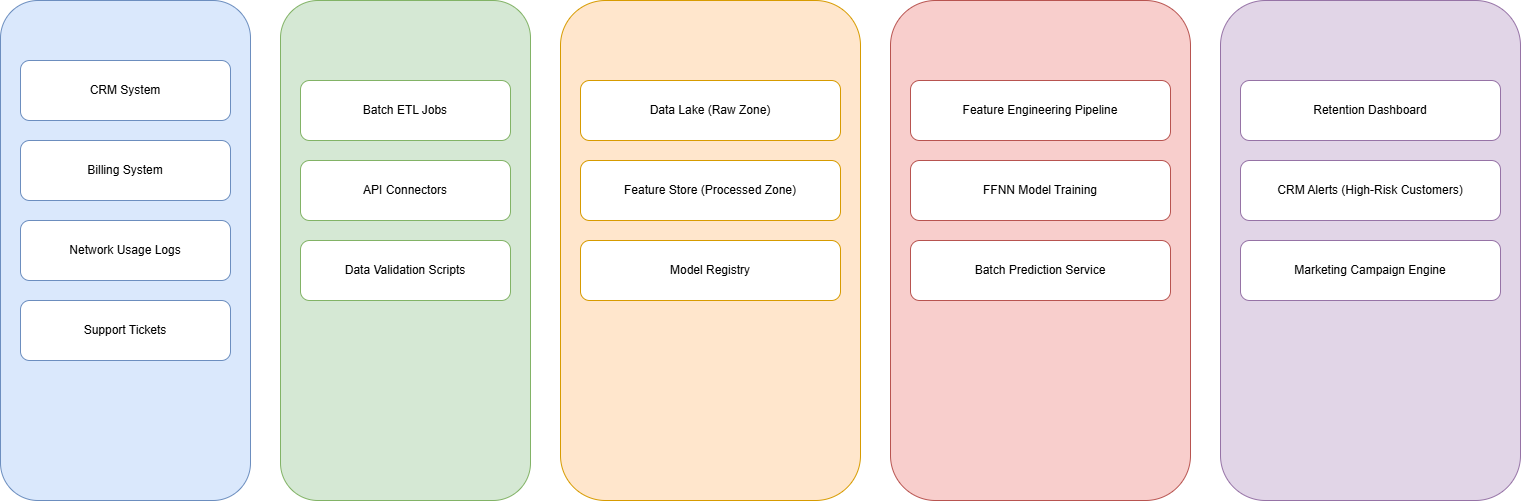
Earlier version of the draw.io export diagrams/solution_architecture.png (sumathisrinivasan11-cloud/part-4-ai-solution-design). Source tidied: cells renumbered, new cells last; positions are measured from the earlier drawing's top-left corner, leaving out a move shared by most shapes. Source of this version:
```xml
<mxGraphModel>
  <root>
    <mxCell id="0" />
    <mxCell id="1" parent="0" />
    <mxCell id="2" value="Data Sources" style="rounded=1;whiteSpace=wrap;fillColor=#dae8fc;strokeColor=#6c8ebf;fontSize=16;fontStyle=1;" parent="1" vertex="1">
      <mxGeometry width="250" height="500" as="geometry" />
    </mxCell>
    <mxCell id="3" value="CRM System" style="rounded=1;whiteSpace=wrap;fillColor=#ffffff;strokeColor=#6c8ebf;" parent="1" vertex="1">
      <mxGeometry x="20" y="60" width="210" height="60" as="geometry" />
    </mxCell>
    <mxCell id="4" value="Billing System" style="rounded=1;whiteSpace=wrap;fillColor=#ffffff;strokeColor=#6c8ebf;" parent="1" vertex="1">
      <mxGeometry x="20" y="140" width="210" height="60" as="geometry" />
    </mxCell>
    <mxCell id="5" value="Network Usage Logs" style="rounded=1;whiteSpace=wrap;fillColor=#ffffff;strokeColor=#6c8ebf;" parent="1" vertex="1">
      <mxGeometry x="20" y="220" width="210" height="60" as="geometry" />
    </mxCell>
    <mxCell id="6" value="Support Tickets" style="rounded=1;whiteSpace=wrap;fillColor=#ffffff;strokeColor=#6c8ebf;" parent="1" vertex="1">
      <mxGeometry x="20" y="300" width="210" height="60" as="geometry" />
    </mxCell>
    <mxCell id="7" value="Ingestion Layer" style="rounded=1;whiteSpace=wrap;fillColor=#d5e8d4;strokeColor=#82b366;fontSize=16;fontStyle=1;" parent="1" vertex="1">
      <mxGeometry x="280" width="250" height="500" as="geometry" />
    </mxCell>
    <mxCell id="8" value="Batch ETL Jobs" style="rounded=1;whiteSpace=wrap;fillColor=#ffffff;strokeColor=#82b366;" parent="1" vertex="1">
      <mxGeometry x="300" y="80" width="210" height="60" as="geometry" />
    </mxCell>
    <mxCell id="9" value="API Connectors" style="rounded=1;whiteSpace=wrap;fillColor=#ffffff;strokeColor=#82b366;" parent="1" vertex="1">
      <mxGeometry x="300" y="160" width="210" height="60" as="geometry" />
    </mxCell>
    <mxCell id="10" value="Data Validation Scripts" style="rounded=1;whiteSpace=wrap;fillColor=#ffffff;strokeColor=#82b366;" parent="1" vertex="1">
      <mxGeometry x="300" y="240" width="210" height="60" as="geometry" />
    </mxCell>
    <mxCell id="11" value="Storage Layer" style="rounded=1;whiteSpace=wrap;fillColor=#ffe6cc;strokeColor=#d79b00;fontSize=16;fontStyle=1;" parent="1" vertex="1">
      <mxGeometry x="560" width="300" height="500" as="geometry" />
    </mxCell>
    <mxCell id="12" value="Data Lake (Raw Zone)" style="rounded=1;whiteSpace=wrap;fillColor=#ffffff;strokeColor=#d79b00;" parent="1" vertex="1">
      <mxGeometry x="580" y="80" width="260" height="60" as="geometry" />
    </mxCell>
    <mxCell id="13" value="Feature Store (Processed Zone)" style="rounded=1;whiteSpace=wrap;fillColor=#ffffff;strokeColor=#d79b00;" parent="1" vertex="1">
      <mxGeometry x="580" y="160" width="260" height="60" as="geometry" />
    </mxCell>
    <mxCell id="14" value="Model Registry" style="rounded=1;whiteSpace=wrap;fillColor=#ffffff;strokeColor=#d79b00;" parent="1" vertex="1">
      <mxGeometry x="580" y="240" width="260" height="60" as="geometry" />
    </mxCell>
    <mxCell id="15" value="AI / Processing Layer" style="rounded=1;whiteSpace=wrap;fillColor=#f8cecc;strokeColor=#b85450;fontSize=16;fontStyle=1;" parent="1" vertex="1">
      <mxGeometry x="890" width="300" height="500" as="geometry" />
    </mxCell>
    <mxCell id="16" value="Feature Engineering Pipeline" style="rounded=1;whiteSpace=wrap;fillColor=#ffffff;strokeColor=#b85450;" parent="1" vertex="1">
      <mxGeometry x="910" y="80" width="260" height="60" as="geometry" />
    </mxCell>
    <mxCell id="17" value="FFNN Model Training" style="rounded=1;whiteSpace=wrap;fillColor=#ffffff;strokeColor=#b85450;" parent="1" vertex="1">
      <mxGeometry x="910" y="160" width="260" height="60" as="geometry" />
    </mxCell>
    <mxCell id="18" value="Batch Prediction Service" style="rounded=1;whiteSpace=wrap;fillColor=#ffffff;strokeColor=#b85450;" parent="1" vertex="1">
      <mxGeometry x="910" y="240" width="260" height="60" as="geometry" />
    </mxCell>
    <mxCell id="19" value="Consumption Layer" style="rounded=1;whiteSpace=wrap;fillColor=#e1d5e7;strokeColor=#9673a6;fontSize=16;fontStyle=1;" parent="1" vertex="1">
      <mxGeometry x="1220" width="300" height="500" as="geometry" />
    </mxCell>
    <mxCell id="20" value="Retention Dashboard" style="rounded=1;whiteSpace=wrap;fillColor=#ffffff;strokeColor=#9673a6;" parent="1" vertex="1">
      <mxGeometry x="1240" y="80" width="260" height="60" as="geometry" />
    </mxCell>
    <mxCell id="21" value="CRM Alerts (High-Risk Customers)" style="rounded=1;whiteSpace=wrap;fillColor=#ffffff;strokeColor=#9673a6;" parent="1" vertex="1">
      <mxGeometry x="1240" y="160" width="260" height="60" as="geometry" />
    </mxCell>
    <mxCell id="22" value="Marketing Campaign Engine" style="rounded=1;whiteSpace=wrap;fillColor=#ffffff;strokeColor=#9673a6;" parent="1" vertex="1">
      <mxGeometry x="1240" y="240" width="260" height="60" as="geometry" />
    </mxCell>
  </root>
</mxGraphModel>
```
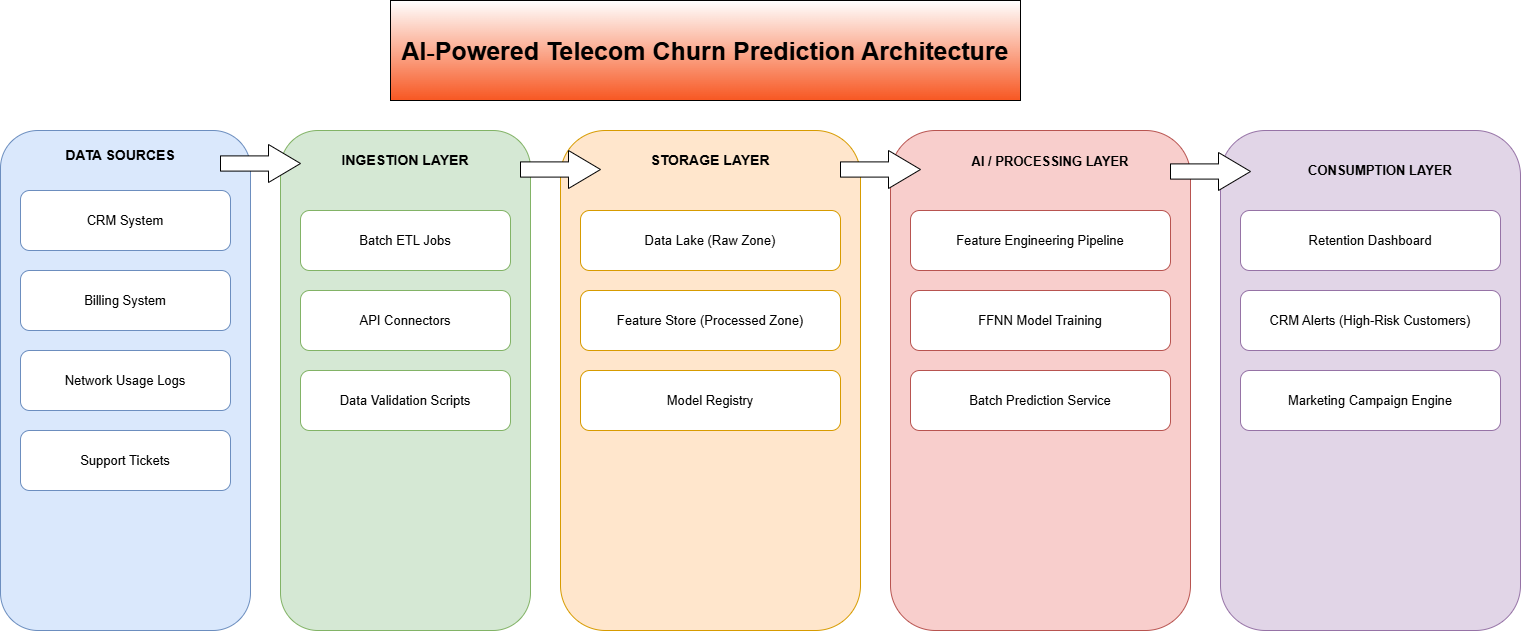
Above is the later version.

Change to the diagram source:
```diff
@@ -5,65 +5,95 @@
     <mxCell id="2" value="Data Sources" style="rounded=1;whiteSpace=wrap;fillColor=#dae8fc;strokeColor=#6c8ebf;fontSize=16;fontStyle=1;" parent="1" vertex="1">
       <mxGeometry width="250" height="500" as="geometry" />
     </mxCell>
-    <mxCell id="3" value="CRM System" style="rounded=1;whiteSpace=wrap;fillColor=#ffffff;strokeColor=#6c8ebf;" parent="1" vertex="1">
+    <mxCell id="3" value="CRM System" style="rounded=1;whiteSpace=wrap;fillColor=#ffffff;strokeColor=#6c8ebf;fontSize=13;" parent="1" vertex="1">
       <mxGeometry x="20" y="60" width="210" height="60" as="geometry" />
     </mxCell>
-    <mxCell id="4" value="Billing System" style="rounded=1;whiteSpace=wrap;fillColor=#ffffff;strokeColor=#6c8ebf;" parent="1" vertex="1">
+    <mxCell id="4" value="Billing System" style="rounded=1;whiteSpace=wrap;fillColor=#ffffff;strokeColor=#6c8ebf;fontSize=13;" parent="1" vertex="1">
       <mxGeometry x="20" y="140" width="210" height="60" as="geometry" />
     </mxCell>
-    <mxCell id="5" value="Network Usage Logs" style="rounded=1;whiteSpace=wrap;fillColor=#ffffff;strokeColor=#6c8ebf;" parent="1" vertex="1">
+    <mxCell id="5" value="Network Usage Logs" style="rounded=1;whiteSpace=wrap;fillColor=#ffffff;strokeColor=#6c8ebf;fontSize=13;" parent="1" vertex="1">
       <mxGeometry x="20" y="220" width="210" height="60" as="geometry" />
     </mxCell>
-    <mxCell id="6" value="Support Tickets" style="rounded=1;whiteSpace=wrap;fillColor=#ffffff;strokeColor=#6c8ebf;" parent="1" vertex="1">
+    <mxCell id="6" value="Support Tickets" style="rounded=1;whiteSpace=wrap;fillColor=#ffffff;strokeColor=#6c8ebf;fontSize=13;" parent="1" vertex="1">
       <mxGeometry x="20" y="300" width="210" height="60" as="geometry" />
     </mxCell>
     <mxCell id="7" value="Ingestion Layer" style="rounded=1;whiteSpace=wrap;fillColor=#d5e8d4;strokeColor=#82b366;fontSize=16;fontStyle=1;" parent="1" vertex="1">
       <mxGeometry x="280" width="250" height="500" as="geometry" />
     </mxCell>
-    <mxCell id="8" value="Batch ETL Jobs" style="rounded=1;whiteSpace=wrap;fillColor=#ffffff;strokeColor=#82b366;" parent="1" vertex="1">
+    <mxCell id="8" value="Batch ETL Jobs" style="rounded=1;whiteSpace=wrap;fillColor=#ffffff;strokeColor=#82b366;fontSize=13;" parent="1" vertex="1">
       <mxGeometry x="300" y="80" width="210" height="60" as="geometry" />
     </mxCell>
-    <mxCell id="9" value="API Connectors" style="rounded=1;whiteSpace=wrap;fillColor=#ffffff;strokeColor=#82b366;" parent="1" vertex="1">
+    <mxCell id="9" value="API Connectors" style="rounded=1;whiteSpace=wrap;fillColor=#ffffff;strokeColor=#82b366;fontSize=13;" parent="1" vertex="1">
       <mxGeometry x="300" y="160" width="210" height="60" as="geometry" />
     </mxCell>
-    <mxCell id="10" value="Data Validation Scripts" style="rounded=1;whiteSpace=wrap;fillColor=#ffffff;strokeColor=#82b366;" parent="1" vertex="1">
+    <mxCell id="10" value="Data Validation Scripts" style="rounded=1;whiteSpace=wrap;fillColor=#ffffff;strokeColor=#82b366;fontSize=13;" parent="1" vertex="1">
       <mxGeometry x="300" y="240" width="210" height="60" as="geometry" />
     </mxCell>
     <mxCell id="11" value="Storage Layer" style="rounded=1;whiteSpace=wrap;fillColor=#ffe6cc;strokeColor=#d79b00;fontSize=16;fontStyle=1;" parent="1" vertex="1">
       <mxGeometry x="560" width="300" height="500" as="geometry" />
     </mxCell>
-    <mxCell id="12" value="Data Lake (Raw Zone)" style="rounded=1;whiteSpace=wrap;fillColor=#ffffff;strokeColor=#d79b00;" parent="1" vertex="1">
+    <mxCell id="12" value="Data Lake (Raw Zone)" style="rounded=1;whiteSpace=wrap;fillColor=#ffffff;strokeColor=#d79b00;fontSize=13;" parent="1" vertex="1">
       <mxGeometry x="580" y="80" width="260" height="60" as="geometry" />
     </mxCell>
-    <mxCell id="13" value="Feature Store (Processed Zone)" style="rounded=1;whiteSpace=wrap;fillColor=#ffffff;strokeColor=#d79b00;" parent="1" vertex="1">
+    <mxCell id="13" value="Feature Store (Processed Zone)" style="rounded=1;whiteSpace=wrap;fillColor=#ffffff;strokeColor=#d79b00;fontSize=13;" parent="1" vertex="1">
       <mxGeometry x="580" y="160" width="260" height="60" as="geometry" />
     </mxCell>
-    <mxCell id="14" value="Model Registry" style="rounded=1;whiteSpace=wrap;fillColor=#ffffff;strokeColor=#d79b00;" parent="1" vertex="1">
+    <mxCell id="14" value="Model Registry" style="rounded=1;whiteSpace=wrap;fillColor=#ffffff;strokeColor=#d79b00;fontSize=13;" parent="1" vertex="1">
       <mxGeometry x="580" y="240" width="260" height="60" as="geometry" />
     </mxCell>
     <mxCell id="15" value="AI / Processing Layer" style="rounded=1;whiteSpace=wrap;fillColor=#f8cecc;strokeColor=#b85450;fontSize=16;fontStyle=1;" parent="1" vertex="1">
       <mxGeometry x="890" width="300" height="500" as="geometry" />
     </mxCell>
-    <mxCell id="16" value="Feature Engineering Pipeline" style="rounded=1;whiteSpace=wrap;fillColor=#ffffff;strokeColor=#b85450;" parent="1" vertex="1">
+    <mxCell id="16" value="Feature Engineering Pipeline" style="rounded=1;whiteSpace=wrap;fillColor=#ffffff;strokeColor=#b85450;fontSize=13;" parent="1" vertex="1">
       <mxGeometry x="910" y="80" width="260" height="60" as="geometry" />
     </mxCell>
-    <mxCell id="17" value="FFNN Model Training" style="rounded=1;whiteSpace=wrap;fillColor=#ffffff;strokeColor=#b85450;" parent="1" vertex="1">
+    <mxCell id="17" value="FFNN Model Training" style="rounded=1;whiteSpace=wrap;fillColor=#ffffff;strokeColor=#b85450;fontSize=13;" parent="1" vertex="1">
       <mxGeometry x="910" y="160" width="260" height="60" as="geometry" />
     </mxCell>
-    <mxCell id="18" value="Batch Prediction Service" style="rounded=1;whiteSpace=wrap;fillColor=#ffffff;strokeColor=#b85450;" parent="1" vertex="1">
+    <mxCell id="18" value="Batch Prediction Service" style="rounded=1;whiteSpace=wrap;fillColor=#ffffff;strokeColor=#b85450;fontSize=13;" parent="1" vertex="1">
       <mxGeometry x="910" y="240" width="260" height="60" as="geometry" />
     </mxCell>
     <mxCell id="19" value="Consumption Layer" style="rounded=1;whiteSpace=wrap;fillColor=#e1d5e7;strokeColor=#9673a6;fontSize=16;fontStyle=1;" parent="1" vertex="1">
       <mxGeometry x="1220" width="300" height="500" as="geometry" />
     </mxCell>
-    <mxCell id="20" value="Retention Dashboard" style="rounded=1;whiteSpace=wrap;fillColor=#ffffff;strokeColor=#9673a6;" parent="1" vertex="1">
+    <mxCell id="20" value="Retention Dashboard" style="rounded=1;whiteSpace=wrap;fillColor=#ffffff;strokeColor=#9673a6;fontSize=13;" parent="1" vertex="1">
       <mxGeometry x="1240" y="80" width="260" height="60" as="geometry" />
     </mxCell>
-    <mxCell id="21" value="CRM Alerts (High-Risk Customers)" style="rounded=1;whiteSpace=wrap;fillColor=#ffffff;strokeColor=#9673a6;" parent="1" vertex="1">
+    <mxCell id="21" value="CRM Alerts (High-Risk Customers)" style="rounded=1;whiteSpace=wrap;fillColor=#ffffff;strokeColor=#9673a6;fontSize=13;" parent="1" vertex="1">
       <mxGeometry x="1240" y="160" width="260" height="60" as="geometry" />
     </mxCell>
-    <mxCell id="22" value="Marketing Campaign Engine" style="rounded=1;whiteSpace=wrap;fillColor=#ffffff;strokeColor=#9673a6;" parent="1" vertex="1">
+    <mxCell id="22" value="Marketing Campaign Engine" style="rounded=1;whiteSpace=wrap;fillColor=#ffffff;strokeColor=#9673a6;fontSize=13;" parent="1" vertex="1">
       <mxGeometry x="1240" y="240" width="260" height="60" as="geometry" />
     </mxCell>
+    <mxCell id="23" value="STORAGE LAYER" style="text;html=1;whiteSpace=wrap;strokeColor=none;fillColor=none;align=center;verticalAlign=middle;rounded=0;fontStyle=1;fontSize=14;" parent="1" vertex="1">
+      <mxGeometry x="630" y="10" width="160" height="40" as="geometry" />
+    </mxCell>
+    <mxCell id="24" value="DATA SOURCES" style="text;html=1;whiteSpace=wrap;strokeColor=none;fillColor=none;align=center;verticalAlign=middle;rounded=0;fontStyle=1;fontSize=14;" parent="1" vertex="1">
+      <mxGeometry x="60" y="10" width="120" height="30" as="geometry" />
+    </mxCell>
+    <mxCell id="25" value="INGESTION LAYER" style="text;html=1;whiteSpace=wrap;strokeColor=none;fillColor=none;align=center;verticalAlign=middle;rounded=0;fontSize=14;fontStyle=1;" parent="1" vertex="1">
+      <mxGeometry x="340" y="10" width="130" height="40" as="geometry" />
+    </mxCell>
+    <mxCell id="26" value="AI / PROCESSING LAYER" style="text;html=1;whiteSpace=wrap;strokeColor=none;fillColor=none;align=center;verticalAlign=middle;rounded=0;fontStyle=1;fontSize=13;" parent="1" vertex="1">
+      <mxGeometry x="950" y="12" width="200" height="38" as="geometry" />
+    </mxCell>
+    <mxCell id="27" value="CONSUMPTION LAYER" style="text;html=1;whiteSpace=wrap;strokeColor=none;fillColor=none;align=center;verticalAlign=middle;rounded=0;fontStyle=1;fontSize=13;" parent="1" vertex="1">
+      <mxGeometry x="1280" y="20" width="200" height="40" as="geometry" />
+    </mxCell>
+    <mxCell id="28" style="shape=singleArrow;whiteSpace=wrap;html=1;arrowWidth=0.4;arrowSize=0.4;" parent="1" vertex="1">
+      <mxGeometry x="1170" y="22" width="80" height="38" as="geometry" />
+    </mxCell>
+    <mxCell id="29" style="shape=singleArrow;whiteSpace=wrap;html=1;arrowWidth=0.4;arrowSize=0.4;" parent="1" vertex="1">
+      <mxGeometry x="840" y="20" width="80" height="38" as="geometry" />
+    </mxCell>
+    <mxCell id="30" style="shape=singleArrow;whiteSpace=wrap;html=1;arrowWidth=0.4;arrowSize=0.4;" parent="1" vertex="1">
+      <mxGeometry x="520" y="20" width="80" height="38" as="geometry" />
+    </mxCell>
+    <mxCell id="31" style="shape=singleArrow;whiteSpace=wrap;html=1;arrowWidth=0.4;arrowSize=0.4;" parent="1" vertex="1">
+      <mxGeometry x="220" y="14" width="80" height="38" as="geometry" />
+    </mxCell>
+    <mxCell id="32" value="AI‑Powered Telecom Churn Prediction Architecture" style="text;html=1;whiteSpace=wrap;align=center;verticalAlign=middle;rounded=0;fontSize=25;fontStyle=1;fillColor=default;gradientColor=light-dark(#f75722, #ededed);strokeColor=default;" parent="1" vertex="1">
+      <mxGeometry x="390" y="-130" width="630" height="100" as="geometry" />
+    </mxCell>
   </root>
 </mxGraphModel>
```
